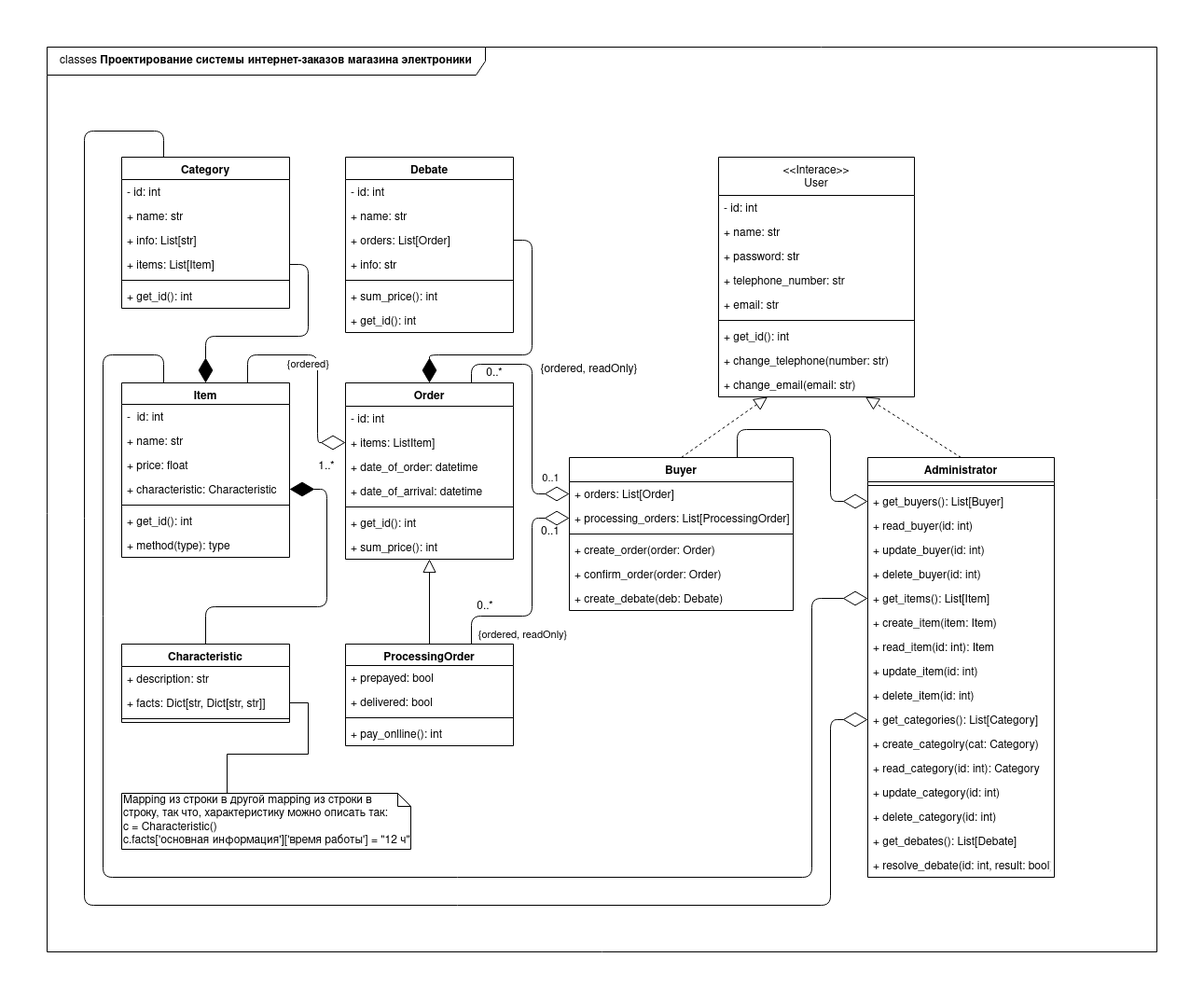
The draw.io diagram out/classes.png in randomunrandom/MSS, before a commit. Source tidied: cells renumbered, new cells last; positions are measured from the earlier drawing's top-left corner, leaving out a move shared by most shapes.
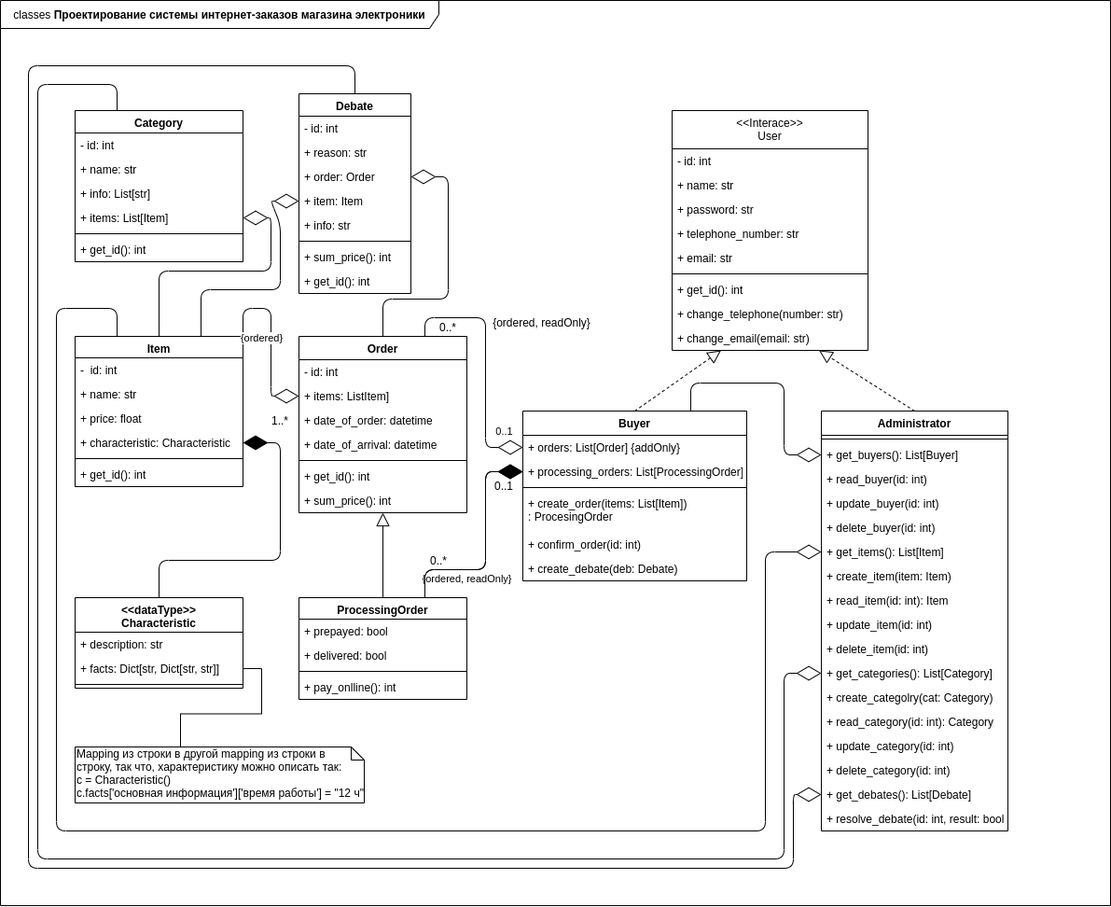
The same file after the commit.

Change to the diagram source:
```diff
@@ -6,7 +6,7 @@
       <mxGeometry width="1190" height="970" as="geometry" />
     </mxCell>
     <mxCell id="3" value="Item" style="swimlane;fontStyle=1;align=center;verticalAlign=top;horizontal=1;startSize=23;" parent="1" vertex="1">
-      <mxGeometry x="80" y="360" width="180" height="187" as="geometry" />
+      <mxGeometry x="80" y="360" width="180" height="161" as="geometry" />
     </mxCell>
     <mxCell id="4" value="-  id: int" style="text;strokeColor=none;fillColor=none;align=left;verticalAlign=top;spacingLeft=4;spacingRight=4;overflow=hidden;" parent="3" vertex="1">
       <mxGeometry y="23" width="180" height="26" as="geometry" />
@@ -26,9 +26,6 @@
     <mxCell id="9" value="+ get_id(): int" style="text;strokeColor=none;fillColor=none;align=left;verticalAlign=top;spacingLeft=4;spacingRight=4;overflow=hidden;" parent="3" vertex="1">
       <mxGeometry y="135" width="180" height="26" as="geometry" />
     </mxCell>
-    <mxCell id="10" value="+ method(type): type" style="text;strokeColor=none;fillColor=none;align=left;verticalAlign=top;spacingLeft=4;spacingRight=4;overflow=hidden;" parent="3" vertex="1">
-      <mxGeometry y="161" width="180" height="26" as="geometry" />
-    </mxCell>
     <mxCell id="11" value="ProcessingOrder" style="swimlane;fontStyle=1;align=center;verticalAlign=top;horizontal=1;startSize=23;" parent="1" vertex="1">
       <mxGeometry x="320" y="640" width="180" height="109" as="geometry" />
     </mxCell>
@@ -45,9 +42,9 @@
       <mxGeometry y="83" width="180" height="26" as="geometry" />
     </mxCell>
     <mxCell id="16" value="Buyer" style="swimlane;fontStyle=1;align=center;verticalAlign=top;horizontal=1;startSize=26;" parent="1" vertex="1">
-      <mxGeometry x="560" y="440" width="240" height="164" as="geometry" />
+      <mxGeometry x="560" y="440" width="240" height="182" as="geometry" />
     </mxCell>
-    <mxCell id="17" value="+ orders: List[Order]" style="text;strokeColor=none;fillColor=none;align=left;verticalAlign=top;spacingLeft=4;spacingRight=4;overflow=hidden;points=[[0,0.5],[1,0.5]];portConstraint=eastwest;" parent="16" vertex="1">
+    <mxCell id="17" value="+ orders: List[Order] {addOnly}" style="text;strokeColor=none;fillColor=none;align=left;verticalAlign=top;spacingLeft=4;spacingRight=4;overflow=hidden;points=[[0,0.5],[1,0.5]];portConstraint=eastwest;" parent="16" vertex="1">
       <mxGeometry y="26" width="240" height="26" as="geometry" />
     </mxCell>
     <mxCell id="18" value="+ processing_orders: List[ProcessingOrder]" style="text;strokeColor=none;fillColor=none;align=left;verticalAlign=top;spacingLeft=4;spacingRight=4;overflow=hidden;points=[[0,0.5],[1,0.5]];portConstraint=eastwest;" parent="16" vertex="1">
@@ -56,14 +53,14 @@
     <mxCell id="19" style="line;strokeWidth=1;fillColor=none;align=left;verticalAlign=middle;spacingTop=-1;spacingLeft=3;spacingRight=3;labelPosition=right;" parent="16" vertex="1">
       <mxGeometry y="78" width="240" height="8" as="geometry" />
     </mxCell>
-    <mxCell id="20" value="+ create_order(order: Order)" style="text;strokeColor=none;fillColor=none;align=left;verticalAlign=top;spacingLeft=4;spacingRight=4;overflow=hidden;" parent="16" vertex="1">
-      <mxGeometry y="86" width="240" height="26" as="geometry" />
+    <mxCell id="20" value="+ create_order(items: List[Item])&#10;: ProcesingOrder" style="text;strokeColor=none;fillColor=none;align=left;verticalAlign=top;spacingLeft=4;spacingRight=4;overflow=hidden;" parent="16" vertex="1">
+      <mxGeometry y="86" width="240" height="44" as="geometry" />
     </mxCell>
-    <mxCell id="21" value="+ confirm_order(order: Order)" style="text;strokeColor=none;fillColor=none;align=left;verticalAlign=top;spacingLeft=4;spacingRight=4;overflow=hidden;" parent="16" vertex="1">
-      <mxGeometry y="112" width="240" height="26" as="geometry" />
+    <mxCell id="21" value="+ confirm_order(id: int)" style="text;strokeColor=none;fillColor=none;align=left;verticalAlign=top;spacingLeft=4;spacingRight=4;overflow=hidden;" parent="16" vertex="1">
+      <mxGeometry y="130" width="240" height="26" as="geometry" />
     </mxCell>
     <mxCell id="22" value="+ create_debate(deb: Debate)" style="text;strokeColor=none;fillColor=none;align=left;verticalAlign=top;spacingLeft=4;spacingRight=4;overflow=hidden;" parent="16" vertex="1">
-      <mxGeometry y="138" width="240" height="26" as="geometry" />
+      <mxGeometry y="156" width="240" height="26" as="geometry" />
     </mxCell>
     <mxCell id="23" value="Administrator" style="swimlane;fontStyle=1;align=center;verticalAlign=top;horizontal=1;startSize=26;" parent="1" vertex="1">
       <mxGeometry x="880" y="440" width="200" height="450" as="geometry" />
@@ -173,17 +170,17 @@
     <mxCell id="58" value="+ change_email(email: str)" style="text;strokeColor=none;fillColor=none;align=left;verticalAlign=top;spacingLeft=4;spacingRight=4;overflow=hidden;" parent="49" vertex="1">
       <mxGeometry y="231" width="210" height="26" as="geometry" />
     </mxCell>
-    <mxCell id="59" value="Characteristic" style="swimlane;fontStyle=1;align=center;verticalAlign=top;horizontal=1;startSize=24;" parent="1" vertex="1">
-      <mxGeometry x="80" y="640" width="180" height="84" as="geometry" />
+    <mxCell id="59" value="&lt;&lt;dataType&gt;&gt;&#10;Characteristic" style="swimlane;fontStyle=1;align=center;verticalAlign=top;horizontal=1;startSize=37;" parent="1" vertex="1">
+      <mxGeometry x="80" y="640" width="180" height="97" as="geometry" />
     </mxCell>
     <mxCell id="60" value="+ description: str" style="text;strokeColor=none;fillColor=none;align=left;verticalAlign=top;spacingLeft=4;spacingRight=4;overflow=hidden;" parent="59" vertex="1">
-      <mxGeometry y="24" width="180" height="26" as="geometry" />
+      <mxGeometry y="37" width="180" height="26" as="geometry" />
     </mxCell>
     <mxCell id="61" value="+ facts: Dict[str, Dict[str, str]]" style="text;strokeColor=none;fillColor=none;align=left;verticalAlign=top;spacingLeft=4;spacingRight=4;overflow=hidden;points=[[0,0.5],[1,0.5]];portConstraint=eastwest;" parent="59" vertex="1">
-      <mxGeometry y="50" width="180" height="26" as="geometry" />
+      <mxGeometry y="63" width="180" height="26" as="geometry" />
     </mxCell>
     <mxCell id="62" style="line;strokeWidth=1;fillColor=none;align=left;verticalAlign=middle;spacingTop=-1;spacingLeft=3;spacingRight=3;labelPosition=right;" parent="59" vertex="1">
-      <mxGeometry y="76" width="180" height="8" as="geometry" />
+      <mxGeometry y="89" width="180" height="8" as="geometry" />
     </mxCell>
     <mxCell id="63" value="Category" style="swimlane;fontStyle=1;align=center;verticalAlign=top;horizontal=1;startSize=24;" parent="1" vertex="1">
       <mxGeometry x="80" y="118" width="180" height="162" as="geometry" />
@@ -207,28 +204,31 @@
       <mxGeometry y="136" width="180" height="26" as="geometry" />
     </mxCell>
     <mxCell id="70" value="Debate" style="swimlane;fontStyle=1;align=center;verticalAlign=top;horizontal=1;startSize=24;" parent="1" vertex="1">
-      <mxGeometry x="320" y="118" width="180" height="188" as="geometry" />
+      <mxGeometry x="320" y="100" width="120" height="214" as="geometry" />
     </mxCell>
     <mxCell id="71" value="- id: int" style="text;strokeColor=none;fillColor=none;align=left;verticalAlign=top;spacingLeft=4;spacingRight=4;overflow=hidden;" parent="70" vertex="1">
-      <mxGeometry y="24" width="180" height="26" as="geometry" />
+      <mxGeometry y="24" width="120" height="26" as="geometry" />
     </mxCell>
-    <mxCell id="72" value="+ name: str" style="text;strokeColor=none;fillColor=none;align=left;verticalAlign=top;spacingLeft=4;spacingRight=4;overflow=hidden;" parent="70" vertex="1">
-      <mxGeometry y="50" width="180" height="26" as="geometry" />
+    <mxCell id="72" value="+ reason: str" style="text;strokeColor=none;fillColor=none;align=left;verticalAlign=top;spacingLeft=4;spacingRight=4;overflow=hidden;" parent="70" vertex="1">
+      <mxGeometry y="50" width="120" height="26" as="geometry" />
     </mxCell>
-    <mxCell id="73" value="+ orders: List[Order]" style="text;strokeColor=none;fillColor=none;align=left;verticalAlign=top;spacingLeft=4;spacingRight=4;overflow=hidden;points=[[0,0.5],[1,0.5]];portConstraint=eastwest;" parent="70" vertex="1">
-      <mxGeometry y="76" width="180" height="26" as="geometry" />
+    <mxCell id="73" value="+ order: Order" style="text;strokeColor=none;fillColor=none;align=left;verticalAlign=top;spacingLeft=4;spacingRight=4;overflow=hidden;points=[[0,0.5],[1,0.5]];portConstraint=eastwest;" parent="70" vertex="1">
+      <mxGeometry y="76" width="120" height="26" as="geometry" />
     </mxCell>
+    <mxCell id="97" value="+ item: Item" style="text;strokeColor=none;fillColor=none;align=left;verticalAlign=top;spacingLeft=4;spacingRight=4;overflow=hidden;points=[[0,0.5],[1,0.5]];portConstraint=eastwest;" parent="70" vertex="1">
+      <mxGeometry y="102" width="120" height="26" as="geometry" />
+    </mxCell>
     <mxCell id="74" value="+ info: str" style="text;strokeColor=none;fillColor=none;align=left;verticalAlign=top;spacingLeft=4;spacingRight=4;overflow=hidden;" parent="70" vertex="1">
-      <mxGeometry y="102" width="180" height="26" as="geometry" />
+      <mxGeometry y="128" width="120" height="26" as="geometry" />
     </mxCell>
     <mxCell id="75" style="line;strokeWidth=1;fillColor=none;align=left;verticalAlign=middle;spacingTop=-1;spacingLeft=3;spacingRight=3;labelPosition=right;" parent="70" vertex="1">
-      <mxGeometry y="128" width="180" height="8" as="geometry" />
+      <mxGeometry y="154" width="120" height="8" as="geometry" />
     </mxCell>
     <mxCell id="76" value="+ sum_price(): int" style="text;strokeColor=none;fillColor=none;align=left;verticalAlign=top;spacingLeft=4;spacingRight=4;overflow=hidden;" parent="70" vertex="1">
-      <mxGeometry y="136" width="180" height="26" as="geometry" />
+      <mxGeometry y="162" width="120" height="26" as="geometry" />
     </mxCell>
     <mxCell id="77" value="+ get_id(): int" style="text;strokeColor=none;fillColor=none;align=left;verticalAlign=top;spacingLeft=4;spacingRight=4;overflow=hidden;" parent="70" vertex="1">
-      <mxGeometry y="162" width="180" height="26" as="geometry" />
+      <mxGeometry y="188" width="120" height="26" as="geometry" />
     </mxCell>
     <mxCell id="78" value="Mapping из строки в другой mapping из строки в строку, так что, характеристику можно описать так:&lt;br&gt;&lt;div&gt;c = Characteristic()&lt;/div&gt;&lt;div&gt;c.facts['основная информация']['время работы'] = &quot;12 ч&quot;&lt;br&gt;&lt;/div&gt;" style="shape=note;whiteSpace=wrap;html=1;size=14;verticalAlign=top;align=left;spacingTop=-6;" parent="1" vertex="1">
       <mxGeometry x="80" y="800" width="310" height="60" as="geometry" />
@@ -245,24 +245,6 @@
     <mxCell id="82" style="endArrow=block;endFill=0;endSize=12;html=1;exitX=0.5;exitY=0;exitDx=0;exitDy=0;entryX=0.75;entryY=1;entryDx=0;entryDy=0;dashed=1;" parent="1" edge="1" source="23" target="49">
       <mxGeometry relative="1" as="geometry" />
     </mxCell>
-    <mxCell id="83" style="endArrow=diamondThin;endFill=1;endSize=24;html=1;entryX=0.5;entryY=0;entryDx=0;entryDy=0;exitX=1;exitY=0.5;exitDx=0;exitDy=0;" parent="1" edge="1" source="73" target="41">
-      <mxGeometry relative="1" as="geometry">
-        <Array as="points">
-          <mxPoint x="520" y="207" />
-          <mxPoint x="520" y="330" />
-          <mxPoint x="410" y="330" />
-        </Array>
-      </mxGeometry>
-    </mxCell>
-    <mxCell id="84" style="endArrow=diamondThin;endFill=1;endSize=24;html=1;entryX=0.5;entryY=0;entryDx=0;entryDy=0;exitX=1;exitY=0.5;exitDx=0;exitDy=0;" parent="1" edge="1" source="67" target="3">
-      <mxGeometry relative="1" as="geometry">
-        <Array as="points">
-          <mxPoint x="280" y="233" />
-          <mxPoint x="280" y="310" />
-          <mxPoint x="170" y="310" />
-        </Array>
-      </mxGeometry>
-    </mxCell>
     <mxCell id="85" style="endArrow=diamondThin;endFill=1;endSize=24;html=1;entryX=1;entryY=0.5;entryDx=0;entryDy=0;exitX=0.5;exitY=0;exitDx=0;exitDy=0;" parent="1" edge="1" source="59" target="7">
       <mxGeometry relative="1" as="geometry">
         <Array as="points">
@@ -272,16 +254,16 @@
         </Array>
       </mxGeometry>
     </mxCell>
-    <mxCell id="86" value="{ordered}" style="endArrow=diamondThin;endFill=0;endSize=24;html=1;entryX=0;entryY=0.5;entryDx=0;entryDy=0;exitX=0.75;exitY=0;exitDx=0;exitDy=0;" parent="1" edge="1" source="3" target="43">
+    <mxCell id="86" value="{ordered}" style="endArrow=diamondThin;endFill=0;endSize=24;html=1;entryX=0;entryY=0.5;entryDx=0;entryDy=0;exitX=1;exitY=0;exitDx=0;exitDy=0;" parent="1" edge="1" source="3" target="43">
       <mxGeometry y="-10" relative="1" as="geometry">
         <Array as="points">
-          <mxPoint x="215" y="330" />
+          <mxPoint x="260" y="330" />
           <mxPoint x="290" y="330" />
           <mxPoint x="290" y="424" />
         </Array>
       </mxGeometry>
     </mxCell>
-    <mxCell id="87" value="0..1" style="endArrow=diamondThin;endFill=0;endSize=24;html=1;entryX=0;entryY=0.5;entryDx=0;entryDy=0;exitX=0.75;exitY=0;exitDx=0;exitDy=0;" parent="1" edge="1" source="41" target="17">
+    <mxCell id="87" value="0..1" style="endArrow=diamondThin;endFill=0;endSize=24;html=1;fontFamily=Helvetica;fontSize=11;fontColor=#000000;align=center;strokeColor=#000000;exitX=0.75;exitY=0;exitDx=0;exitDy=0;" parent="1" edge="1" source="41" target="17">
       <mxGeometry x="0.85" y="18" relative="1" as="geometry">
         <Array as="points">
           <mxPoint x="455" y="340" />
@@ -297,7 +279,7 @@
       </mxGeometry>
     </mxCell>
     <mxCell id="89" value="{ordered, readOnly}" style="endArrow=diamondThin;endFill=0;endSize=24;html=1;entryX=0;entryY=0.5;entryDx=0;entryDy=0;exitX=0.75;exitY=0;exitDx=0;exitDy=0;" parent="1" edge="1" source="11" target="18">
-      <mxGeometry x="-0.29" y="-20" relative="1" as="geometry">
+      <mxGeometry x="-0.38" y="-10" relative="1" as="geometry">
         <Array as="points">
           <mxPoint x="455" y="610" />
           <mxPoint x="520" y="610" />
@@ -348,5 +330,53 @@
         </Array>
       </mxGeometry>
     </mxCell>
+    <mxCell id="98" style="endArrow=diamondThin;endFill=0;endSize=24;html=1;entryX=0;entryY=0.5;entryDx=0;entryDy=0;exitX=0.5;exitY=0;exitDx=0;exitDy=0;" parent="1" edge="1" source="70" target="39">
+      <mxGeometry relative="1" as="geometry">
+        <Array as="points">
+          <mxPoint x="380" y="70" />
+          <mxPoint x="30" y="70" />
+          <mxPoint x="30" y="930" />
+          <mxPoint x="850" y="930" />
+          <mxPoint x="850" y="851" />
+        </Array>
+      </mxGeometry>
+    </mxCell>
+    <mxCell id="99" style="endArrow=diamondThin;endFill=1;endSize=24;html=1;exitX=0.75;exitY=0;exitDx=0;exitDy=0;entryX=0;entryY=0.5;entryDx=0;entryDy=0;" parent="1" edge="1" source="11" target="18">
+      <mxGeometry relative="1" as="geometry">
+        <Array as="points">
+          <mxPoint x="455" y="610" />
+          <mxPoint x="520" y="610" />
+          <mxPoint x="520" y="505" />
+        </Array>
+      </mxGeometry>
+    </mxCell>
+    <mxCell id="100" style="endArrow=diamondThin;endFill=0;endSize=24;html=1;entryX=1;entryY=0.5;entryDx=0;entryDy=0;exitX=0.5;exitY=0;exitDx=0;exitDy=0;" parent="1" edge="1" source="3" target="67">
+      <mxGeometry relative="1" as="geometry">
+        <Array as="points">
+          <mxPoint x="170" y="290" />
+          <mxPoint x="290" y="290" />
+          <mxPoint x="290" y="233" />
+        </Array>
+      </mxGeometry>
+    </mxCell>
+    <mxCell id="101" style="endArrow=diamondThin;endFill=0;endSize=24;html=1;entryX=0;entryY=0.5;entryDx=0;entryDy=0;exitX=0.75;exitY=0;exitDx=0;exitDy=0;" parent="1" edge="1" source="3" target="97">
+      <mxGeometry relative="1" as="geometry">
+        <Array as="points">
+          <mxPoint x="215" y="310" />
+          <mxPoint x="300" y="310" />
+          <mxPoint x="300" y="240" />
+          <mxPoint x="290" y="215" />
+        </Array>
+      </mxGeometry>
+    </mxCell>
+    <mxCell id="102" style="endArrow=diamondThin;endFill=0;endSize=24;html=1;entryX=1;entryY=0.5;entryDx=0;entryDy=0;exitX=0.5;exitY=0;exitDx=0;exitDy=0;" parent="1" edge="1" source="41" target="73">
+      <mxGeometry relative="1" as="geometry">
+        <Array as="points">
+          <mxPoint x="410" y="320" />
+          <mxPoint x="480" y="320" />
+          <mxPoint x="480" y="189" />
+        </Array>
+      </mxGeometry>
+    </mxCell>
   </root>
 </mxGraphModel>
```
